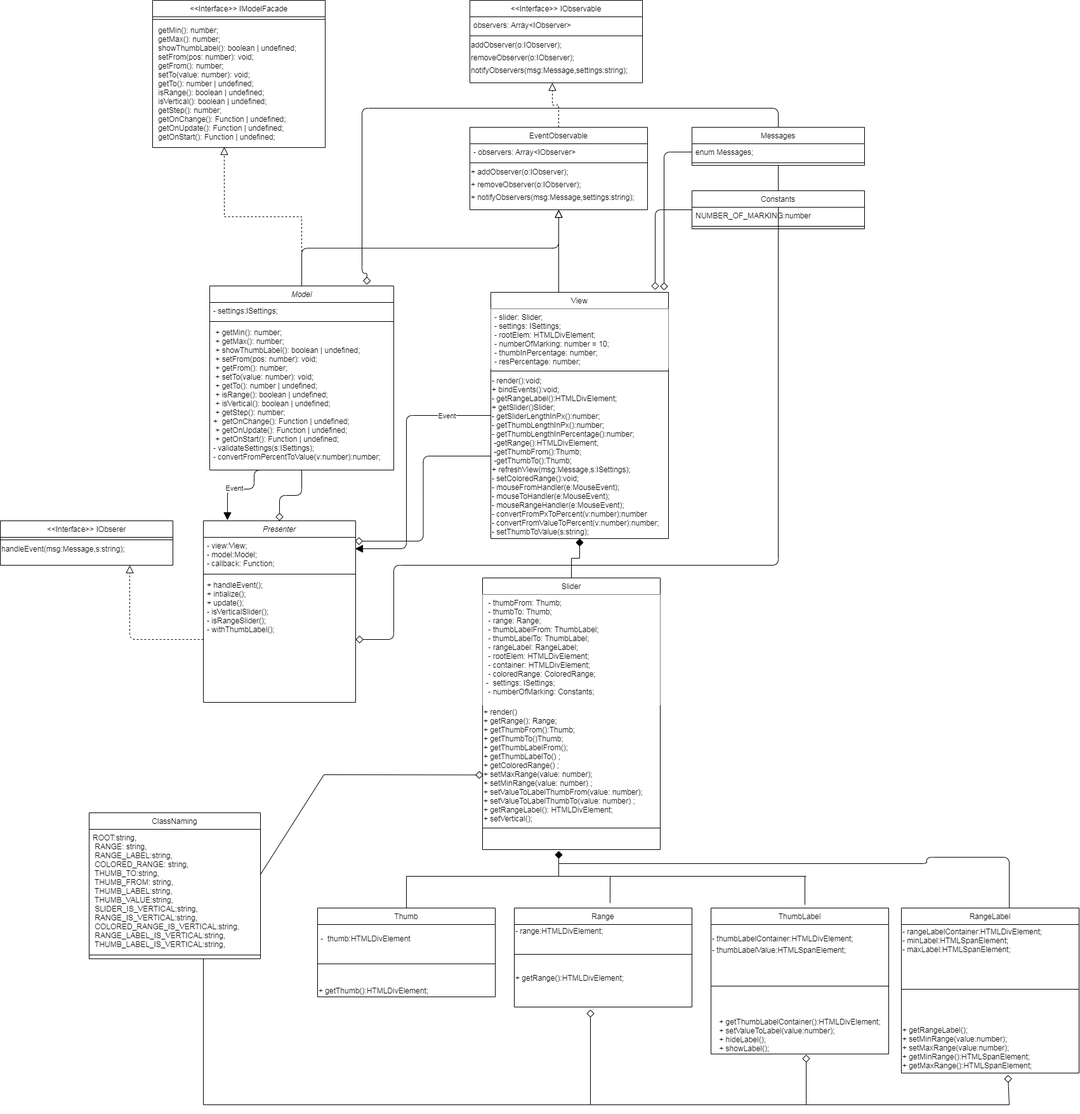
Above: src/assets/FSDCourse4UMLDiagram.png in mvodev/slider (draw.io), before the change. Source tidied: cells renumbered, new cells last; positions are measured from the earlier drawing's top-left corner, leaving out a move shared by most shapes.
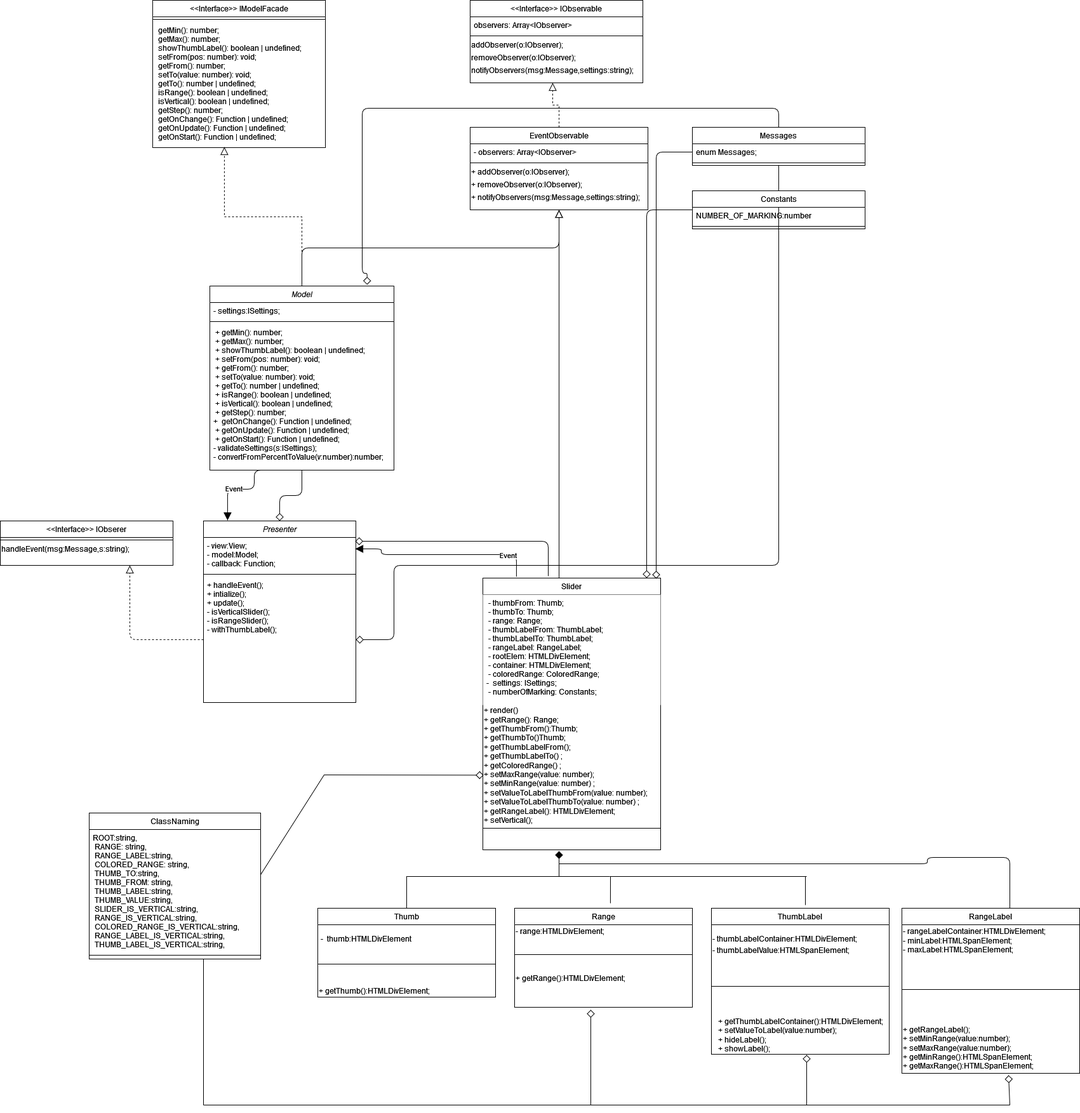
Above is the later version.

Commit message:
#13 removed all invocations of JSON parse from project and chnaged README and UML dialgram in order to correspond

Change to the diagram source:
```diff
@@ -32,33 +32,23 @@
     <mxCell id="9" value=" + getMin(): number;&#10; + getMax(): number;&#10; + showThumbLabel(): boolean | undefined;&#10; + setFrom(pos: number): void;&#10; + getFrom(): number;&#10; + setTo(value: number): void;&#10; + getTo(): number | undefined;&#10; + isRange(): boolean | undefined;&#10; + isVertical(): boolean | undefined;&#10; + getStep(): number;&#10;+  getOnChange(): Function | undefined;&#10; + getOnUpdate(): Function | undefined;&#10; + getOnStart(): Function | undefined;&#10;- validateSettings(s:ISettings);&#10;- convertFromPercentToValue(v:number):number;&#10;" style="text;align=left;verticalAlign=top;spacingLeft=4;spacingRight=4;overflow=hidden;" parent="6" vertex="1">
       <mxGeometry y="60" width="290" height="220" as="geometry" />
     </mxCell>
-    <mxCell id="10" style="edgeStyle=orthogonalEdgeStyle;rounded=1;jettySize=auto;html=1;entryX=0.996;entryY=0.333;entryDx=0;entryDy=0;entryPerimeter=0;endArrow=block;endFill=1;endSize=10;strokeWidth=1;" parent="1" edge="1" source="12" target="35">
+    <mxCell id="10" style="edgeStyle=orthogonalEdgeStyle;rounded=1;jettySize=auto;html=1;entryX=0.996;entryY=0.333;entryDx=0;entryDy=0;entryPerimeter=0;endArrow=block;endFill=1;endSize=10;strokeWidth=1;exitX=0.189;exitY=-0.005;exitDx=0;exitDy=0;exitPerimeter=0;" parent="1" edge="1" source="39" target="35">
       <mxGeometry relative="1" as="geometry">
         <Array as="points">
-          <mxPoint x="640" y="654" />
-          <mxPoint x="640" y="864" />
+          <mxPoint x="813" y="873" />
+          <mxPoint x="600" y="873" />
+          <mxPoint x="600" y="864" />
         </Array>
       </mxGeometry>
     </mxCell>
     <mxCell id="11" value="Event" style="edgeLabel;html=1;align=center;verticalAlign=middle;" parent="10" vertex="1">
       <mxGeometry x="-0.67" relative="1" as="geometry" />
     </mxCell>
-    <mxCell id="12" value="View" style="swimlane;fontStyle=0;align=center;verticalAlign=top;horizontal=1;startSize=26;rounded=0;shadow=0;strokeWidth=1;" parent="1" vertex="1">
-      <mxGeometry x="773" y="460" width="280" height="388" as="geometry" />
-    </mxCell>
-    <mxCell id="13" value="- slider: Slider;&#10;- settings: ISettings;&#10;- rootElem: HTMLDivElement;&#10;- numberOfMarking: number = 10;&#10;- thumbInPercentage: number;&#10;- resPercentage: number;" style="text;align=left;verticalAlign=top;spacingLeft=4;spacingRight=4;overflow=hidden;fillColor=#ffffff;" parent="12" vertex="1">
-      <mxGeometry y="26" width="280" height="94" as="geometry" />
-    </mxCell>
-    <mxCell id="14" style="line;html=1;strokeWidth=1;align=left;verticalAlign=middle;spacingTop=-1;spacingLeft=3;spacingRight=3;labelPosition=right;" parent="12" vertex="1">
-      <mxGeometry y="120" width="280" height="8" as="geometry" />
-    </mxCell>
-    <mxCell id="15" value="&lt;div align=&quot;left&quot;&gt;- render():void;&lt;/div&gt;&lt;div align=&quot;left&quot;&gt;+ bindEvents():void;&lt;/div&gt;&lt;div&gt;- getRangeLabel():HTMLDivElement;&lt;/div&gt;&lt;div&gt;+ getSlider()Slider;&lt;/div&gt;&lt;div&gt;- getSliderLengthInPx():number;&lt;/div&gt;&lt;div&gt;- getThumbLengthInPx():number;&lt;/div&gt;&lt;div&gt;- getThumbLengthInPercentage():number;&lt;/div&gt;&lt;div&gt;&amp;nbsp;-getRange():HTMLDivElement;&lt;br&gt;&lt;/div&gt;&lt;div&gt;&amp;nbsp;-getThumbFrom():Thumb;&lt;/div&gt;&lt;div&gt;&amp;nbsp;-getThumbTo():Thumb;&lt;/div&gt;&lt;div&gt;+ refreshView(msg:Message,s:ISettings);&lt;/div&gt;&lt;div&gt;- setColoredRange():void;&lt;/div&gt;&lt;div&gt;- mouseFromHandler(e:MouseEvent);&lt;/div&gt;&lt;div&gt;- mouseToHandler(e:MouseEvent);&lt;/div&gt;&lt;div&gt;- mouseRangeHandler(e:MouseEvent);&lt;/div&gt;&lt;div&gt;- convertFromPxToPercent(v:number):number&lt;/div&gt;&lt;div&gt;- convertFromValueToPercent(v:number):number;&lt;/div&gt;&lt;div&gt;- setThumbToValue(s:string);&lt;br&gt;&lt;/div&gt;" style="text;html=1;align=left;verticalAlign=middle;points=[];" parent="12" vertex="1">
-      <mxGeometry y="128" width="280" height="260" as="geometry" />
-    </mxCell>
-    <mxCell id="16" style="endArrow=block;endSize=10;endFill=0;shadow=0;strokeWidth=1;rounded=0;edgeStyle=elbowEdgeStyle;elbow=vertical;entryX=0.5;entryY=1;entryDx=0;entryDy=0;" parent="1" edge="1" source="12" target="18">
+    <mxCell id="16" style="endArrow=block;endSize=10;endFill=0;shadow=0;strokeWidth=1;rounded=0;edgeStyle=elbowEdgeStyle;elbow=vertical;entryX=0.5;entryY=1;entryDx=0;entryDy=0;" parent="1" edge="1" target="18">
       <mxGeometry relative="1" as="geometry">
+        <mxPoint x="880" y="460" as="sourcePoint" />
         <Array as="points">
-          <mxPoint x="850" y="530" />
+          <mxPoint x="880" y="910" />
           <mxPoint x="780" y="460" />
         </Array>
       </mxGeometry>
@@ -130,9 +120,6 @@
     <mxCell id="37" value="+ handleEvent();&#10;+ intialize();&#10;+ update();&#10;- isVerticalSlider();&#10;- isRangeSlider();&#10;- withThumbLabel();" style="text;align=left;verticalAlign=top;spacingLeft=4;spacingRight=4;overflow=hidden;points=[[0,0.5],[1,0.5]];portConstraint=eastwest;" parent="34" vertex="1">
       <mxGeometry y="88" width="240" height="198" as="geometry" />
     </mxCell>
-    <mxCell id="38" style="edgeStyle=orthogonalEdgeStyle;rounded=0;jettySize=auto;html=1;exitX=0.5;exitY=0;exitDx=0;exitDy=0;entryX=0.5;entryY=1;entryDx=0;entryDy=0;endArrow=diamond;endFill=1;endSize=10;strokeWidth=1;" parent="1" edge="1" source="39" target="12">
-      <mxGeometry relative="1" as="geometry" />
-    </mxCell>
     <mxCell id="39" value="Slider&#10;" style="swimlane;fontStyle=0;align=center;verticalAlign=top;horizontal=1;startSize=26;rounded=0;shadow=0;strokeWidth=1;" parent="1" vertex="1">
       <mxGeometry x="760" y="910" width="280" height="428" as="geometry" />
     </mxCell>
@@ -237,7 +224,7 @@
         <mxPoint x="1268" y="1380" as="targetPoint" />
       </mxGeometry>
     </mxCell>
-    <mxCell id="66" style="edgeStyle=orthogonalEdgeStyle;rounded=1;jettySize=auto;html=1;entryX=0.996;entryY=0.111;entryDx=0;entryDy=0;entryPerimeter=0;endArrow=diamond;endFill=0;endSize=10;strokeWidth=1;" parent="1" edge="1" source="15" target="35">
+    <mxCell id="66" style="edgeStyle=orthogonalEdgeStyle;rounded=1;jettySize=auto;html=1;entryX=0.996;entryY=0.111;entryDx=0;entryDy=0;entryPerimeter=0;endArrow=diamond;endFill=0;endSize=10;strokeWidth=1;exitX=0.368;exitY=-0.007;exitDx=0;exitDy=0;exitPerimeter=0;" parent="1" edge="1" source="39" target="35">
       <mxGeometry relative="1" as="geometry" />
     </mxCell>
     <mxCell id="67" style="edgeStyle=orthogonalEdgeStyle;rounded=1;jettySize=auto;html=1;entryX=0.854;entryY=-0.007;entryDx=0;entryDy=0;entryPerimeter=0;endArrow=diamond;endFill=0;endSize=10;strokeWidth=1;" parent="1" edge="1" source="69" target="6">
@@ -268,8 +255,10 @@
     <mxCell id="71" style="line;html=1;strokeWidth=1;align=left;verticalAlign=middle;spacingTop=-1;spacingLeft=3;spacingRight=3;labelPosition=right;" parent="69" vertex="1">
       <mxGeometry y="52" width="272" height="8" as="geometry" />
     </mxCell>
-    <mxCell id="72" style="edgeStyle=orthogonalEdgeStyle;rounded=1;jettySize=auto;html=1;entryX=0.925;entryY=-0.01;entryDx=0;entryDy=0;entryPerimeter=0;endArrow=diamond;endFill=0;endSize=10;strokeWidth=1;" parent="1" edge="1" source="73" target="12">
-      <mxGeometry relative="1" as="geometry" />
+    <mxCell id="72" style="edgeStyle=orthogonalEdgeStyle;rounded=1;jettySize=auto;html=1;endArrow=diamond;endFill=0;endSize=10;strokeWidth=1;" parent="1" edge="1" source="73">
+      <mxGeometry relative="1" as="geometry">
+        <mxPoint x="1018" y="910" as="targetPoint" />
+      </mxGeometry>
     </mxCell>
     <mxCell id="73" value="Constants" style="swimlane;fontStyle=0;align=center;verticalAlign=top;horizontal=1;startSize=26;rounded=0;shadow=0;strokeWidth=1;" parent="1" vertex="1">
       <mxGeometry x="1090" y="300" width="272" height="60" as="geometry" />
@@ -280,7 +269,7 @@
     <mxCell id="75" style="line;html=1;strokeWidth=1;align=left;verticalAlign=middle;spacingTop=-1;spacingLeft=3;spacingRight=3;labelPosition=right;" parent="73" vertex="1">
       <mxGeometry y="52" width="272" height="8" as="geometry" />
     </mxCell>
-    <mxCell id="76" style="edgeStyle=orthogonalEdgeStyle;rounded=1;jettySize=auto;html=1;entryX=0.975;entryY=-0.008;entryDx=0;entryDy=0;entryPerimeter=0;endArrow=diamond;endFill=0;endSize=10;strokeWidth=1;" parent="1" edge="1" source="70" target="12">
+    <mxCell id="76" style="edgeStyle=orthogonalEdgeStyle;rounded=1;jettySize=auto;html=1;entryX=0.975;entryY=0.002;entryDx=0;entryDy=0;entryPerimeter=0;endArrow=diamond;endFill=0;endSize=10;strokeWidth=1;" parent="1" edge="1" source="70" target="39">
       <mxGeometry relative="1" as="geometry" />
     </mxCell>
     <mxCell id="77" value="&lt;&lt;Interface&gt;&gt; IObserer&#10;" style="swimlane;fontStyle=0;align=center;verticalAlign=top;horizontal=1;startSize=26;rounded=0;shadow=0;strokeWidth=1;" parent="1" vertex="1">
```
